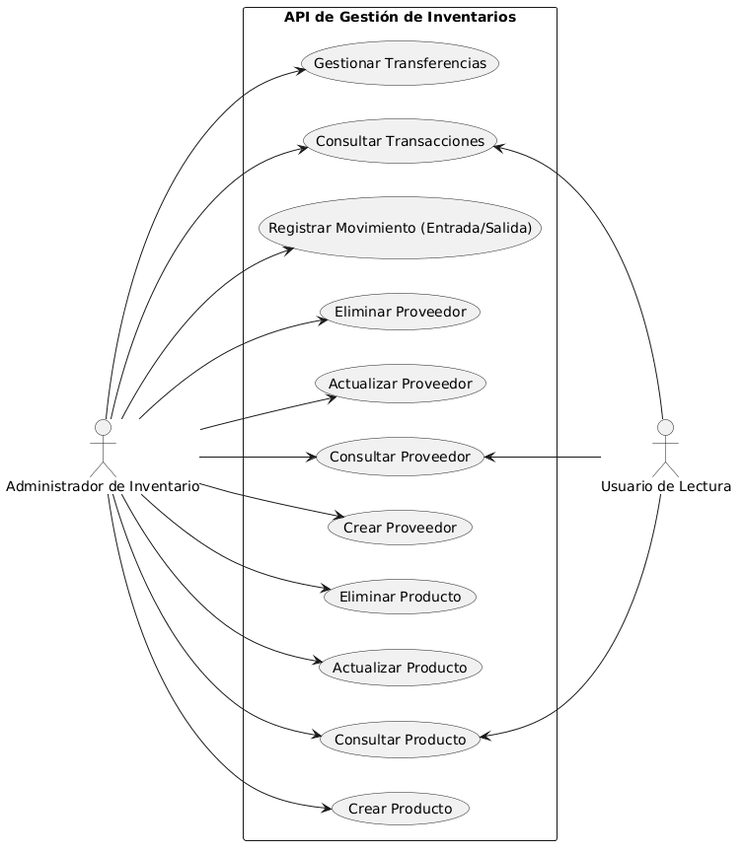
The PlantUML diagram docs/diagramas/diagrama_casos_uso.png in DanielYanes-YH25001/gestion-inventarios-api, before a commit.
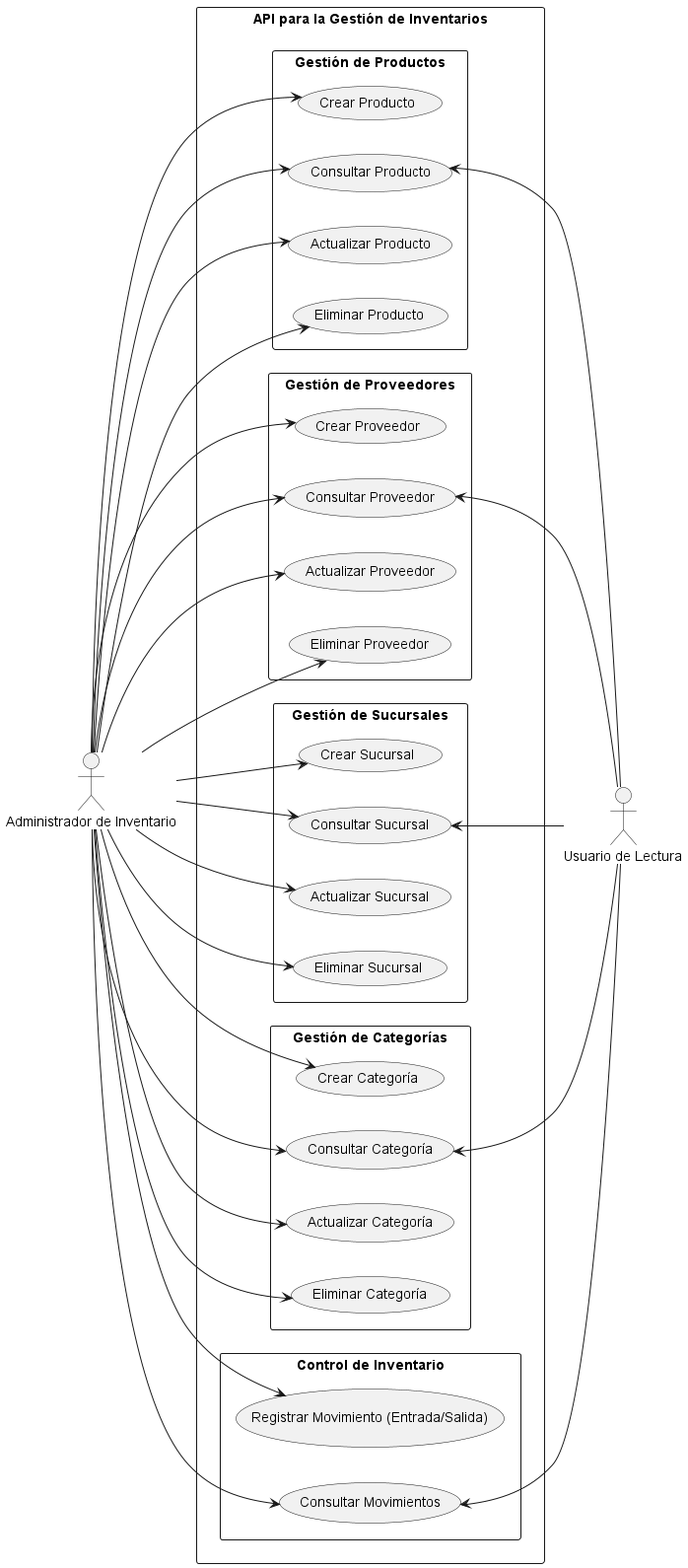
Above is the later version.

Commit message:
fix: correcciones al diagrama de casos de uso

The edit, as a diff of the source:
```diff
@@ -1,39 +1,72 @@
-@startuml
+@startuml Diagrama de Casos de Uso
 left to right direction
 skinparam packageStyle rectangle
 
-actor "Administrador de Inventario" as Admin
-actor "Usuario de Lectura" as Lector
+actor "Administrador de Inventario" as admin
+actor "Usuario de Lectura" as lector
 
-rectangle "API de Gestión de Inventarios" {
-    usecase "Crear Producto" as UC1
-    usecase "Consultar Producto" as UC2
-    usecase "Actualizar Producto" as UC3
-    usecase "Eliminar Producto" as UC4
+rectangle "API para la Gestión de Inventarios" {
+    package "Gestión de Productos" {
+        usecase "Crear Producto" as cp
+        usecase "Consultar Producto" as rp
+        usecase "Actualizar Producto" as up
+        usecase "Eliminar Producto" as dp
+    }
 
-    usecase "Crear Proveedor" as UC5
-    usecase "Consultar Proveedor" as UC6
-    usecase "Actualizar Proveedor" as UC7
-    usecase "Eliminar Proveedor" as UC8
+    package "Gestión de Proveedores" {
+        usecase "Crear Proveedor" as cprov
+        usecase "Consultar Proveedor" as rprov
+        usecase "Actualizar Proveedor" as uprov
+        usecase "Eliminar Proveedor" as dprov
+    }
 
-    usecase "Registrar Movimiento (Entrada/Salida)" as UC9
-    usecase "Consultar Transacciones" as UC10
-    usecase "Gestionar Transferencias" as UC11
+    package "Gestión de Sucursales" {
+        usecase "Crear Sucursal" as cs
+        usecase "Consultar Sucursal" as rs
+        usecase "Actualizar Sucursal" as us
+        usecase "Eliminar Sucursal" as ds
+    }
+
+    package "Gestión de Categorías" {
+        usecase "Crear Categoría" as cc
+        usecase "Consultar Categoría" as rc
+        usecase "Actualizar Categoría" as uc
+        usecase "Eliminar Categoría" as dc
+    }
+
+    package "Control de Inventario" {
+        usecase "Registrar Movimiento (Entrada/Salida)" as rm
+        usecase "Consultar Movimientos" as rmov
+    }
 }
 
-Admin --> UC1
-Admin --> UC2
-Admin --> UC3
-Admin --> UC4
-Admin --> UC5
-Admin --> UC6
-Admin --> UC7
-Admin --> UC8
-Admin --> UC9
-Admin --> UC10
-Admin --> UC11
+admin --> cp
+admin --> rp
+admin --> up
+admin --> dp
 
-UC2 <-- Lector
-UC6 <-- Lector
-UC10 <-- Lector
+admin --> cprov
+admin --> rprov
+admin --> uprov
+admin --> dprov
+
+admin --> cs
+admin --> rs
+admin --> us
+admin --> ds
+
+admin --> cc
+admin --> rc
+admin --> uc
+admin --> dc
+
+admin --> rm
+admin --> rmov
+
+rp <-- lector
+rprov <-- lector
+rs <-- lector
+rc <-- lector
+rmov <-- lector
+
 @enduml
```
